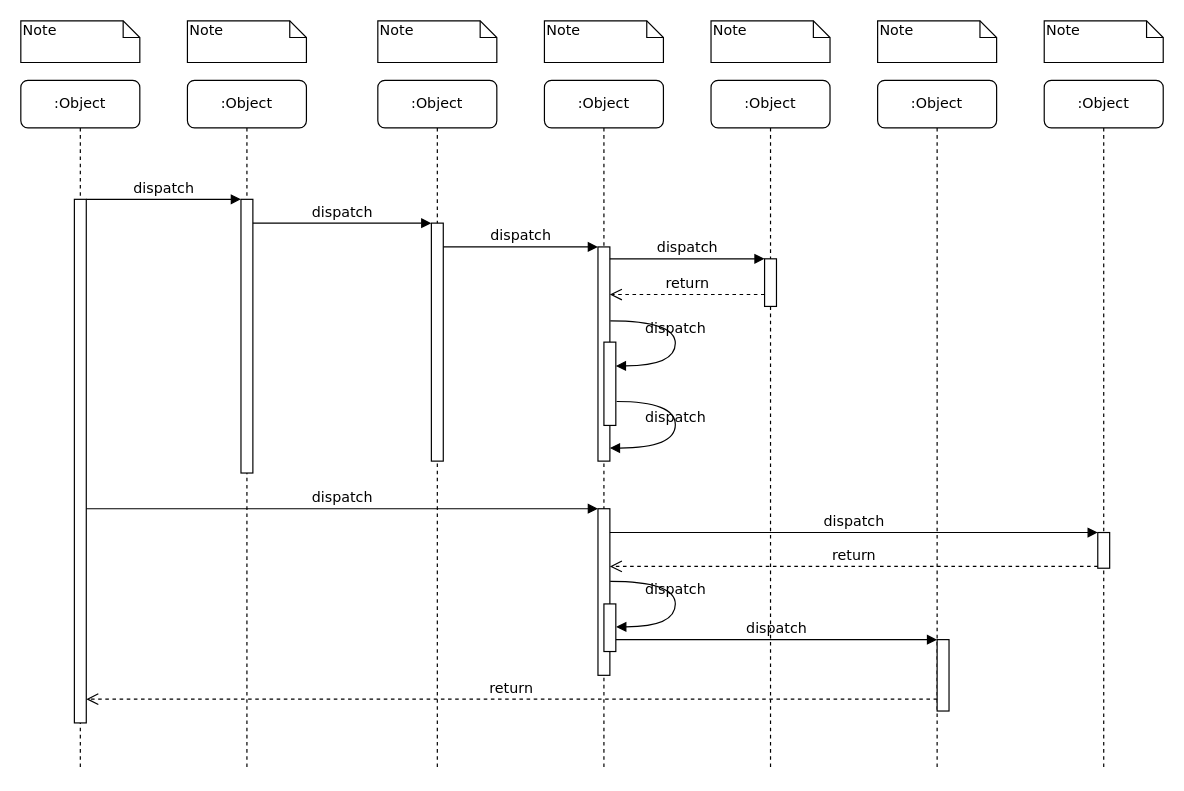
Above: file-converter.drawio in wssaidong/draw.io (draw.io), before the change. Source tidied: cells renumbered, new cells numbered last; positions are measured from the earlier drawing's top-left corner, leaving out a move shared by most shapes. Both pictures are drawn from the tidied source at 119%, with x=0, y=0 at pixel (20, 20).
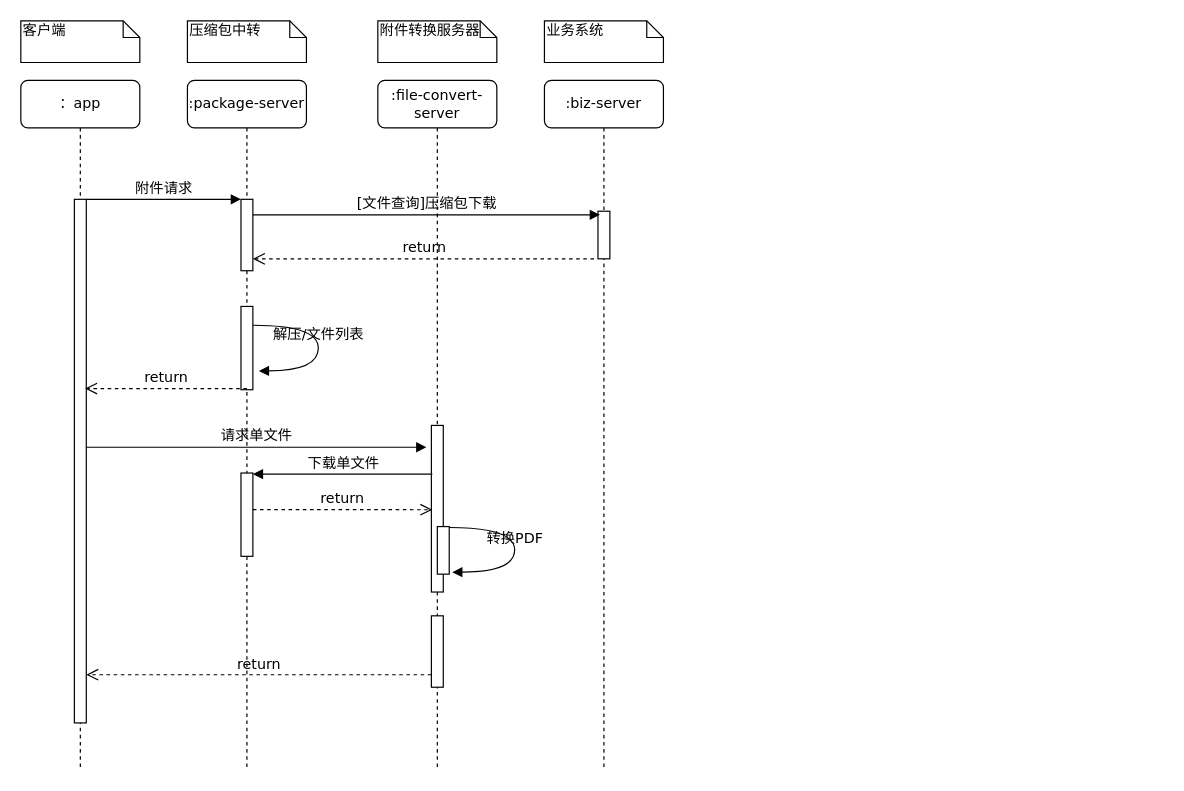
The same page after the edit.

Unchanged cells that the change refers to:
```xml
<mxCell id="11" style="html=1;points=[];perimeter=orthogonalPerimeter;rounded=0;shadow=0;comic=0;labelBackgroundColor=none;strokeColor=#000000;strokeWidth=1;fillColor=#FFFFFF;fontFamily=Verdana;fontSize=12;fontColor=#000000;align=center;" parent="10" vertex="1">
  <mxGeometry x="45" y="100" width="10" height="440" as="geometry" />
</mxCell>
```

The edit, as a diff of the source:
```diff
@@
-    <mxCell id="2" value=":Object" style="shape=umlLifeline;perimeter=lifelinePerimeter;whiteSpace=wrap;html=1;rounded=1;shadow=0;comic=0;labelBackgroundColor=none;strokeColor=#000000;strokeWidth=1;fillColor=#FFFFFF;fontFamily=Verdana;fontSize=12;fontColor=#000000;align=center;" parent="1" vertex="1">
+    <mxCell id="2" value=":package-server" style="shape=umlLifeline;perimeter=lifelinePerimeter;whiteSpace=wrap;html=1;rounded=1;shadow=0;comic=0;labelBackgroundColor=none;strokeColor=#000000;strokeWidth=1;fillColor=#FFFFFF;fontFamily=Verdana;fontSize=12;fontColor=#000000;align=center;" parent="1" vertex="1">
       <mxGeometry x="140" y="50" width="100" height="580" as="geometry" />
     </mxCell>
     <mxCell id="3" style="html=1;points=[];perimeter=orthogonalPerimeter;rounded=0;shadow=0;comic=0;labelBackgroundColor=none;strokeColor=#000000;strokeWidth=1;fillColor=#FFFFFF;fontFamily=Verdana;fontSize=12;fontColor=#000000;align=center;" parent="2" vertex="1">
-      <mxGeometry x="45" y="100" width="10" height="230" as="geometry" />
+      <mxGeometry x="45" y="100" width="10" height="60" as="geometry" />
     </mxCell>
+    <mxCell id="27" style="html=1;points=[];perimeter=orthogonalPerimeter;rounded=0;shadow=0;comic=0;labelBackgroundColor=none;strokeColor=#000000;strokeWidth=1;fillColor=#FFFFFF;fontFamily=Verdana;fontSize=12;fontColor=#000000;align=center;" parent="2" vertex="1">
+      <mxGeometry x="45" y="190" width="10" height="70" as="geometry" />
+    </mxCell>
+    <mxCell id="39" style="html=1;points=[];perimeter=orthogonalPerimeter;rounded=0;shadow=0;comic=0;labelBackgroundColor=none;strokeColor=#000000;strokeWidth=1;fillColor=#FFFFFF;fontFamily=Verdana;fontSize=12;fontColor=#000000;align=center;" parent="2" vertex="1">
+      <mxGeometry x="45" y="330" width="10" height="70" as="geometry" />
+    </mxCell>
-    <mxCell id="4" value=":Object" style="shape=umlLifeline;perimeter=lifelinePerimeter;whiteSpace=wrap;html=1;rounded=1;shadow=0;comic=0;labelBackgroundColor=none;strokeColor=#000000;strokeWidth=1;fillColor=#FFFFFF;fontFamily=Verdana;fontSize=12;fontColor=#000000;align=center;" parent="1" vertex="1">
+    <mxCell id="4" value=":file-convert-server" style="shape=umlLifeline;perimeter=lifelinePerimeter;whiteSpace=wrap;html=1;rounded=1;shadow=0;comic=0;labelBackgroundColor=none;strokeColor=#000000;strokeWidth=1;fillColor=#FFFFFF;fontFamily=Verdana;fontSize=12;fontColor=#000000;align=center;" parent="1" vertex="1">
       <mxGeometry x="300" y="50" width="100" height="580" as="geometry" />
     </mxCell>
-    <mxCell id="5" style="html=1;points=[];perimeter=orthogonalPerimeter;rounded=0;shadow=0;comic=0;labelBackgroundColor=none;strokeColor=#000000;strokeWidth=1;fillColor=#FFFFFF;fontFamily=Verdana;fontSize=12;fontColor=#000000;align=center;" parent="4" vertex="1">
-      <mxGeometry x="45" y="120" width="10" height="200" as="geometry" />
-    </mxCell>
+    <mxCell id="40" style="html=1;points=[];perimeter=orthogonalPerimeter;rounded=0;shadow=0;comic=0;labelBackgroundColor=none;strokeColor=#000000;strokeWidth=1;fillColor=#FFFFFF;fontFamily=Verdana;fontSize=12;fontColor=#000000;align=center;" parent="4" vertex="1">
+      <mxGeometry x="45" y="290" width="10" height="140" as="geometry" />
+    </mxCell>
+    <mxCell id="41" style="html=1;points=[];perimeter=orthogonalPerimeter;rounded=0;shadow=0;comic=0;labelBackgroundColor=none;strokeColor=#000000;strokeWidth=1;fillColor=#FFFFFF;fontFamily=Verdana;fontSize=12;fontColor=#000000;align=center;" parent="4" vertex="1">
+      <mxGeometry x="50" y="375" width="10" height="40" as="geometry" />
+    </mxCell>
+    <mxCell id="22" style="html=1;points=[];perimeter=orthogonalPerimeter;rounded=0;shadow=0;comic=0;labelBackgroundColor=none;strokeColor=#000000;strokeWidth=1;fillColor=#FFFFFF;fontFamily=Verdana;fontSize=12;fontColor=#000000;align=center;" parent="4" vertex="1">
+      <mxGeometry x="45" y="450" width="10" height="60" as="geometry" />
+    </mxCell>
-    <mxCell id="6" value=":Object" style="shape=umlLifeline;perimeter=lifelinePerimeter;whiteSpace=wrap;html=1;rounded=1;shadow=0;comic=0;labelBackgroundColor=none;strokeColor=#000000;strokeWidth=1;fillColor=#FFFFFF;fontFamily=Verdana;fontSize=12;fontColor=#000000;align=center;" parent="1" vertex="1">
+    <mxCell id="6" value=":biz-server" style="shape=umlLifeline;perimeter=lifelinePerimeter;whiteSpace=wrap;html=1;rounded=1;shadow=0;comic=0;labelBackgroundColor=none;strokeColor=#000000;strokeWidth=1;fillColor=#FFFFFF;fontFamily=Verdana;fontSize=12;fontColor=#000000;align=center;" parent="1" vertex="1">
       <mxGeometry x="440" y="50" width="100" height="580" as="geometry" />
     </mxCell>
-    <mxCell id="7" value=":Object" style="shape=umlLifeline;perimeter=lifelinePerimeter;whiteSpace=wrap;html=1;rounded=1;shadow=0;comic=0;labelBackgroundColor=none;strokeColor=#000000;strokeWidth=1;fillColor=#FFFFFF;fontFamily=Verdana;fontSize=12;fontColor=#000000;align=center;" parent="1" vertex="1">
-      <mxGeometry x="580" y="50" width="100" height="580" as="geometry" />
-    </mxCell>
-    <mxCell id="8" value=":Object" style="shape=umlLifeline;perimeter=lifelinePerimeter;whiteSpace=wrap;html=1;rounded=1;shadow=0;comic=0;labelBackgroundColor=none;strokeColor=#000000;strokeWidth=1;fillColor=#FFFFFF;fontFamily=Verdana;fontSize=12;fontColor=#000000;align=center;" parent="1" vertex="1">
-      <mxGeometry x="720" y="50" width="100" height="580" as="geometry" />
-    </mxCell>
-    <mxCell id="9" value=":Object" style="shape=umlLifeline;perimeter=lifelinePerimeter;whiteSpace=wrap;html=1;rounded=1;shadow=0;comic=0;labelBackgroundColor=none;strokeColor=#000000;strokeWidth=1;fillColor=#FFFFFF;fontFamily=Verdana;fontSize=12;fontColor=#000000;align=center;" parent="1" vertex="1">
-      <mxGeometry x="860" y="50" width="100" height="580" as="geometry" />
-    </mxCell>
+    <mxCell id="12" style="html=1;points=[];perimeter=orthogonalPerimeter;rounded=0;shadow=0;comic=0;labelBackgroundColor=none;strokeColor=#000000;strokeWidth=1;fillColor=#FFFFFF;fontFamily=Verdana;fontSize=12;fontColor=#000000;align=center;" parent="6" vertex="1">
+      <mxGeometry x="45" y="110" width="10" height="40" as="geometry" />
+    </mxCell>
-    <mxCell id="10" value=":Object" style="shape=umlLifeline;perimeter=lifelinePerimeter;whiteSpace=wrap;html=1;rounded=1;shadow=0;comic=0;labelBackgroundColor=none;strokeColor=#000000;strokeWidth=1;fillColor=#FFFFFF;fontFamily=Verdana;fontSize=12;fontColor=#000000;align=center;" parent="1" vertex="1">
+    <mxCell id="10" value="：app" style="shape=umlLifeline;perimeter=lifelinePerimeter;whiteSpace=wrap;html=1;rounded=1;shadow=0;comic=0;labelBackgroundColor=none;strokeColor=#000000;strokeWidth=1;fillColor=#FFFFFF;fontFamily=Verdana;fontSize=12;fontColor=#000000;align=center;" parent="1" vertex="1">
       <mxGeometry y="50" width="100" height="580" as="geometry" />
     </mxCell>
@@
-    <mxCell id="12" style="html=1;points=[];perimeter=orthogonalPerimeter;rounded=0;shadow=0;comic=0;labelBackgroundColor=none;strokeColor=#000000;strokeWidth=1;fillColor=#FFFFFF;fontFamily=Verdana;fontSize=12;fontColor=#000000;align=center;" parent="1" vertex="1">
-      <mxGeometry x="485" y="190" width="10" height="180" as="geometry" />
-    </mxCell>
-    <mxCell id="13" value="dispatch" style="html=1;verticalAlign=bottom;endArrow=block;labelBackgroundColor=none;fontFamily=Verdana;fontSize=12;edgeStyle=elbowEdgeStyle;elbow=vertical;" parent="1" edge="1" source="5" target="12">
-      <mxGeometry relative="1" as="geometry">
-        <Array as="points">
-          <mxPoint x="360" y="190" />
-        </Array>
-      </mxGeometry>
-    </mxCell>
-    <mxCell id="14" style="html=1;points=[];perimeter=orthogonalPerimeter;rounded=0;shadow=0;comic=0;labelBackgroundColor=none;strokeColor=#000000;strokeWidth=1;fillColor=#FFFFFF;fontFamily=Verdana;fontSize=12;fontColor=#000000;align=center;" parent="1" vertex="1">
-      <mxGeometry x="625" y="200" width="10" height="40" as="geometry" />
-    </mxCell>
-    <mxCell id="15" value="dispatch" style="html=1;verticalAlign=bottom;endArrow=block;entryX=0;entryY=0;labelBackgroundColor=none;fontFamily=Verdana;fontSize=12;edgeStyle=elbowEdgeStyle;elbow=vertical;" parent="1" edge="1" source="12" target="14">
-      <mxGeometry relative="1" as="geometry" />
-    </mxCell>
-    <mxCell id="16" value="return" style="html=1;verticalAlign=bottom;endArrow=open;dashed=1;endSize=8;labelBackgroundColor=none;fontFamily=Verdana;fontSize=12;edgeStyle=elbowEdgeStyle;elbow=vertical;" parent="1" edge="1" source="14" target="12">
-      <mxGeometry relative="1" as="geometry">
-        <Array as="points">
-          <mxPoint x="570" y="230" />
-          <mxPoint x="600" y="230" />
-        </Array>
-      </mxGeometry>
-    </mxCell>
-    <mxCell id="17" style="html=1;points=[];perimeter=orthogonalPerimeter;rounded=0;shadow=0;comic=0;labelBackgroundColor=none;strokeColor=#000000;strokeWidth=1;fillColor=#FFFFFF;fontFamily=Verdana;fontSize=12;fontColor=#000000;align=center;" parent="1" vertex="1">
-      <mxGeometry x="485" y="410" width="10" height="140" as="geometry" />
-    </mxCell>
-    <mxCell id="18" value="dispatch" style="html=1;verticalAlign=bottom;endArrow=block;entryX=0;entryY=0;labelBackgroundColor=none;fontFamily=Verdana;fontSize=12;" parent="1" edge="1" source="11" target="17">
+    <mxCell id="18" value="请求单文件" style="html=1;verticalAlign=bottom;endArrow=block;labelBackgroundColor=none;fontFamily=Verdana;fontSize=12;entryX=-0.417;entryY=0.131;entryDx=0;entryDy=0;entryPerimeter=0;" parent="1" edge="1" source="11" target="40">
       <mxGeometry relative="1" as="geometry" />
     </mxCell>
-    <mxCell id="19" style="html=1;points=[];perimeter=orthogonalPerimeter;rounded=0;shadow=0;comic=0;labelBackgroundColor=none;strokeColor=#000000;strokeWidth=1;fillColor=#FFFFFF;fontFamily=Verdana;fontSize=12;fontColor=#000000;align=center;" parent="1" vertex="1">
-      <mxGeometry x="905" y="430" width="10" height="30" as="geometry" />
-    </mxCell>
-    <mxCell id="20" value="dispatch" style="html=1;verticalAlign=bottom;endArrow=block;entryX=0;entryY=0;labelBackgroundColor=none;fontFamily=Verdana;fontSize=12;" parent="1" edge="1" source="17" target="19">
-      <mxGeometry relative="1" as="geometry" />
-    </mxCell>
-    <mxCell id="21" value="return" style="html=1;verticalAlign=bottom;endArrow=open;dashed=1;endSize=8;exitX=0;exitY=0.95;labelBackgroundColor=none;fontFamily=Verdana;fontSize=12;" parent="1" edge="1" source="19" target="17">
-      <mxGeometry relative="1" as="geometry" />
-    </mxCell>
-    <mxCell id="22" style="html=1;points=[];perimeter=orthogonalPerimeter;rounded=0;shadow=0;comic=0;labelBackgroundColor=none;strokeColor=#000000;strokeWidth=1;fillColor=#FFFFFF;fontFamily=Verdana;fontSize=12;fontColor=#000000;align=center;" parent="1" vertex="1">
-      <mxGeometry x="770" y="520" width="10" height="60" as="geometry" />
-    </mxCell>
-    <mxCell id="23" value="dispatch" style="html=1;verticalAlign=bottom;endArrow=block;entryX=0;entryY=0;labelBackgroundColor=none;fontFamily=Verdana;fontSize=12;edgeStyle=elbowEdgeStyle;elbow=vertical;" parent="1" edge="1" source="30" target="22">
-      <mxGeometry relative="1" as="geometry" />
-    </mxCell>
-    <mxCell id="24" value="return" style="html=1;verticalAlign=bottom;endArrow=open;dashed=1;endSize=8;labelBackgroundColor=none;fontFamily=Verdana;fontSize=12;edgeStyle=elbowEdgeStyle;elbow=vertical;" parent="1" edge="1" source="22" target="11">
-      <mxGeometry relative="1" as="geometry">
-        <Array as="points">
-          <mxPoint x="470" y="570" />
-        </Array>
-      </mxGeometry>
-    </mxCell>
-    <mxCell id="25" value="dispatch" style="html=1;verticalAlign=bottom;endArrow=block;entryX=0;entryY=0;labelBackgroundColor=none;fontFamily=Verdana;fontSize=12;edgeStyle=elbowEdgeStyle;elbow=vertical;" parent="1" edge="1" source="11" target="3">
+    <mxCell id="25" value="附件请求" style="html=1;verticalAlign=bottom;endArrow=block;entryX=0;entryY=0;labelBackgroundColor=none;fontFamily=Verdana;fontSize=12;edgeStyle=elbowEdgeStyle;elbow=vertical;" parent="1" edge="1" source="11" target="3">
       <mxGeometry relative="1" as="geometry" />
     </mxCell>
-    <mxCell id="26" value="dispatch" style="html=1;verticalAlign=bottom;endArrow=block;entryX=0;entryY=0;labelBackgroundColor=none;fontFamily=Verdana;fontSize=12;edgeStyle=elbowEdgeStyle;elbow=vertical;" parent="1" edge="1" source="3" target="5">
+    <mxCell id="26" value="[文件查询]压缩包下载" style="html=1;verticalAlign=bottom;endArrow=block;labelBackgroundColor=none;fontFamily=Verdana;fontSize=12;edgeStyle=elbowEdgeStyle;elbow=vertical;entryX=0.167;entryY=0.065;entryDx=0;entryDy=0;entryPerimeter=0;" parent="1" edge="1" source="3" target="12">
       <mxGeometry relative="1" as="geometry" />
     </mxCell>
-    <mxCell id="27" style="html=1;points=[];perimeter=orthogonalPerimeter;rounded=0;shadow=0;comic=0;labelBackgroundColor=none;strokeColor=#000000;strokeWidth=1;fillColor=#FFFFFF;fontFamily=Verdana;fontSize=12;fontColor=#000000;align=center;" parent="1" vertex="1">
-      <mxGeometry x="490" y="270" width="10" height="70" as="geometry" />
-    </mxCell>
-    <mxCell id="28" value="dispatch" style="html=1;verticalAlign=bottom;endArrow=block;labelBackgroundColor=none;fontFamily=Verdana;fontSize=12;elbow=vertical;edgeStyle=orthogonalEdgeStyle;curved=1;entryX=1;entryY=0.286;entryPerimeter=0;exitX=1.038;exitY=0.345;exitPerimeter=0;" parent="1" edge="1" source="12" target="27">
-      <mxGeometry relative="1" as="geometry">
-        <Array as="points">
-          <mxPoint x="550" y="252" />
-          <mxPoint x="550" y="290" />
-        </Array>
-      </mxGeometry>
-    </mxCell>
-    <mxCell id="29" value="dispatch" style="html=1;verticalAlign=bottom;endArrow=block;labelBackgroundColor=none;fontFamily=Verdana;fontSize=12;elbow=vertical;edgeStyle=orthogonalEdgeStyle;curved=1;exitX=1.066;exitY=0.713;exitPerimeter=0;" parent="1" edge="1" source="27">
-      <mxGeometry relative="1" as="geometry">
-        <mxPoint x="495" y="359" as="targetPoint" />
-        <Array as="points">
-          <mxPoint x="550" y="320" />
-          <mxPoint x="550" y="359" />
-        </Array>
-      </mxGeometry>
-    </mxCell>
-    <mxCell id="30" style="html=1;points=[];perimeter=orthogonalPerimeter;rounded=0;shadow=0;comic=0;labelBackgroundColor=none;strokeColor=#000000;strokeWidth=1;fillColor=#FFFFFF;fontFamily=Verdana;fontSize=12;fontColor=#000000;align=center;" parent="1" vertex="1">
-      <mxGeometry x="490" y="490" width="10" height="40" as="geometry" />
-    </mxCell>
-    <mxCell id="31" value="dispatch" style="html=1;verticalAlign=bottom;endArrow=block;labelBackgroundColor=none;fontFamily=Verdana;fontSize=12;elbow=vertical;edgeStyle=orthogonalEdgeStyle;curved=1;entryX=1;entryY=0.286;entryPerimeter=0;exitX=1.038;exitY=0.345;exitPerimeter=0;" parent="1" edge="1">
-      <mxGeometry relative="1" as="geometry">
-        <mxPoint x="495.3" y="471" as="sourcePoint" />
-        <mxPoint x="500.3" y="509.3" as="targetPoint" />
-        <Array as="points">
-          <mxPoint x="550" y="471" />
-          <mxPoint x="550" y="509" />
-        </Array>
-      </mxGeometry>
-    </mxCell>
-    <mxCell id="32" value="Note" style="shape=note;whiteSpace=wrap;html=1;size=14;verticalAlign=top;align=left;spacingTop=-6;rounded=0;shadow=0;comic=0;labelBackgroundColor=none;strokeColor=#000000;strokeWidth=1;fillColor=#FFFFFF;fontFamily=Verdana;fontSize=12;fontColor=#000000;" parent="1" vertex="1">
+    <mxCell id="32" value="客户端" style="shape=note;whiteSpace=wrap;html=1;size=14;verticalAlign=top;align=left;spacingTop=-6;rounded=0;shadow=0;comic=0;labelBackgroundColor=none;strokeColor=#000000;strokeWidth=1;fillColor=#FFFFFF;fontFamily=Verdana;fontSize=12;fontColor=#000000;" parent="1" vertex="1">
       <mxGeometry width="100" height="35" as="geometry" />
     </mxCell>
-    <mxCell id="33" value="Note" style="shape=note;whiteSpace=wrap;html=1;size=14;verticalAlign=top;align=left;spacingTop=-6;rounded=0;shadow=0;comic=0;labelBackgroundColor=none;strokeColor=#000000;strokeWidth=1;fillColor=#FFFFFF;fontFamily=Verdana;fontSize=12;fontColor=#000000;" parent="1" vertex="1">
+    <mxCell id="33" value="压缩包中转" style="shape=note;whiteSpace=wrap;html=1;size=14;verticalAlign=top;align=left;spacingTop=-6;rounded=0;shadow=0;comic=0;labelBackgroundColor=none;strokeColor=#000000;strokeWidth=1;fillColor=#FFFFFF;fontFamily=Verdana;fontSize=12;fontColor=#000000;" parent="1" vertex="1">
       <mxGeometry x="140" width="100" height="35" as="geometry" />
     </mxCell>
-    <mxCell id="34" value="Note" style="shape=note;whiteSpace=wrap;html=1;size=14;verticalAlign=top;align=left;spacingTop=-6;rounded=0;shadow=0;comic=0;labelBackgroundColor=none;strokeColor=#000000;strokeWidth=1;fillColor=#FFFFFF;fontFamily=Verdana;fontSize=12;fontColor=#000000;" parent="1" vertex="1">
+    <mxCell id="34" value="附件转换服务器" style="shape=note;whiteSpace=wrap;html=1;size=14;verticalAlign=top;align=left;spacingTop=-6;rounded=0;shadow=0;comic=0;labelBackgroundColor=none;strokeColor=#000000;strokeWidth=1;fillColor=#FFFFFF;fontFamily=Verdana;fontSize=12;fontColor=#000000;" parent="1" vertex="1">
       <mxGeometry x="300" width="100" height="35" as="geometry" />
     </mxCell>
-    <mxCell id="35" value="Note" style="shape=note;whiteSpace=wrap;html=1;size=14;verticalAlign=top;align=left;spacingTop=-6;rounded=0;shadow=0;comic=0;labelBackgroundColor=none;strokeColor=#000000;strokeWidth=1;fillColor=#FFFFFF;fontFamily=Verdana;fontSize=12;fontColor=#000000;" parent="1" vertex="1">
+    <mxCell id="35" value="业务系统" style="shape=note;whiteSpace=wrap;html=1;size=14;verticalAlign=top;align=left;spacingTop=-6;rounded=0;shadow=0;comic=0;labelBackgroundColor=none;strokeColor=#000000;strokeWidth=1;fillColor=#FFFFFF;fontFamily=Verdana;fontSize=12;fontColor=#000000;" parent="1" vertex="1">
       <mxGeometry x="440" width="100" height="35" as="geometry" />
     </mxCell>
-    <mxCell id="36" value="Note" style="shape=note;whiteSpace=wrap;html=1;size=14;verticalAlign=top;align=left;spacingTop=-6;rounded=0;shadow=0;comic=0;labelBackgroundColor=none;strokeColor=#000000;strokeWidth=1;fillColor=#FFFFFF;fontFamily=Verdana;fontSize=12;fontColor=#000000;" parent="1" vertex="1">
-      <mxGeometry x="580" width="100" height="35" as="geometry" />
-    </mxCell>
-    <mxCell id="37" value="Note" style="shape=note;whiteSpace=wrap;html=1;size=14;verticalAlign=top;align=left;spacingTop=-6;rounded=0;shadow=0;comic=0;labelBackgroundColor=none;strokeColor=#000000;strokeWidth=1;fillColor=#FFFFFF;fontFamily=Verdana;fontSize=12;fontColor=#000000;" parent="1" vertex="1">
-      <mxGeometry x="720" width="100" height="35" as="geometry" />
-    </mxCell>
-    <mxCell id="38" value="Note" style="shape=note;whiteSpace=wrap;html=1;size=14;verticalAlign=top;align=left;spacingTop=-6;rounded=0;shadow=0;comic=0;labelBackgroundColor=none;strokeColor=#000000;strokeWidth=1;fillColor=#FFFFFF;fontFamily=Verdana;fontSize=12;fontColor=#000000;" parent="1" vertex="1">
-      <mxGeometry x="860" width="100" height="35" as="geometry" />
-    </mxCell>
+    <mxCell id="42" value="return" style="html=1;verticalAlign=bottom;endArrow=open;dashed=1;endSize=8;exitX=-0.333;exitY=1;labelBackgroundColor=none;fontFamily=Verdana;fontSize=12;exitDx=0;exitDy=0;exitPerimeter=0;" parent="1" edge="1" source="12" target="3">
+      <mxGeometry relative="1" as="geometry" />
+    </mxCell>
+    <mxCell id="43" value="解压/文件列表" style="html=1;verticalAlign=bottom;endArrow=block;labelBackgroundColor=none;fontFamily=Verdana;fontSize=12;elbow=vertical;edgeStyle=orthogonalEdgeStyle;curved=1;entryX=1;entryY=0.286;entryPerimeter=0;exitX=1.038;exitY=0.345;exitPerimeter=0;" parent="1" edge="1">
+      <mxGeometry relative="1" as="geometry">
+        <mxPoint x="195" y="255.8" as="sourcePoint" />
+        <mxPoint x="200" y="294.2" as="targetPoint" />
+        <Array as="points">
+          <mxPoint x="250" y="256" />
+          <mxPoint x="250" y="294" />
+        </Array>
+      </mxGeometry>
+    </mxCell>
+    <mxCell id="44" value="return" style="html=1;verticalAlign=bottom;endArrow=open;dashed=1;endSize=8;labelBackgroundColor=none;fontFamily=Verdana;fontSize=12;" parent="1" edge="1">
+      <mxGeometry relative="1" as="geometry">
+        <mxPoint x="190" y="309" as="sourcePoint" />
+        <mxPoint x="54" y="309" as="targetPoint" />
+      </mxGeometry>
+    </mxCell>
+    <mxCell id="45" value="下载单文件" style="html=1;verticalAlign=bottom;endArrow=block;labelBackgroundColor=none;fontFamily=Verdana;fontSize=12;exitX=0.083;exitY=0.292;exitDx=0;exitDy=0;exitPerimeter=0;" parent="1" edge="1" source="40" target="39">
+      <mxGeometry relative="1" as="geometry" />
+    </mxCell>
+    <mxCell id="46" value="return" style="html=1;verticalAlign=bottom;endArrow=open;dashed=1;endSize=8;labelBackgroundColor=none;fontFamily=Verdana;fontSize=12;exitX=1;exitY=0.44;exitDx=0;exitDy=0;exitPerimeter=0;entryX=0.083;entryY=0.506;entryDx=0;entryDy=0;entryPerimeter=0;" parent="1" edge="1" source="39" target="40">
+      <mxGeometry relative="1" as="geometry" />
+    </mxCell>
+    <mxCell id="47" value="转换PDF" style="html=1;verticalAlign=bottom;endArrow=block;labelBackgroundColor=none;fontFamily=Verdana;fontSize=12;elbow=vertical;edgeStyle=orthogonalEdgeStyle;curved=1;entryX=1.25;entryY=0.958;entryPerimeter=0;exitX=1.038;exitY=0.345;exitPerimeter=0;entryDx=0;entryDy=0;" parent="1" edge="1" target="41">
+      <mxGeometry relative="1" as="geometry">
+        <mxPoint x="360" y="425.8" as="sourcePoint" />
+        <Array as="points">
+          <mxPoint x="415" y="426" />
+          <mxPoint x="415" y="463" />
+        </Array>
+      </mxGeometry>
+    </mxCell>
+    <mxCell id="48" value="return" style="html=1;verticalAlign=bottom;endArrow=open;dashed=1;endSize=8;labelBackgroundColor=none;fontFamily=Verdana;fontSize=12;" parent="1" edge="1" source="22">
+      <mxGeometry relative="1" as="geometry">
+        <mxPoint x="55" y="549.5" as="targetPoint" />
+      </mxGeometry>
+    </mxCell>
```
